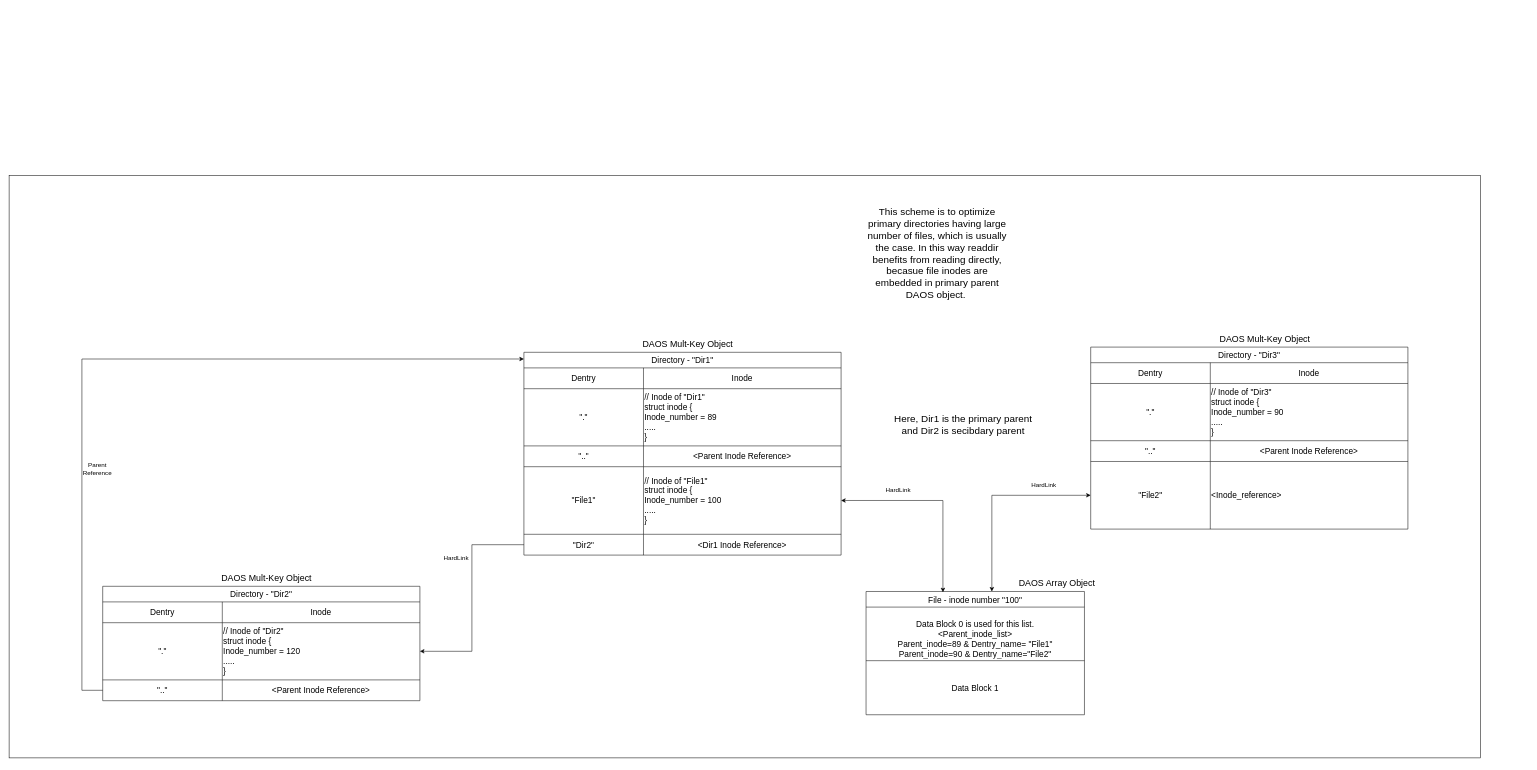
This is docs/hld/daos-chel-fs-layout-scheme.drawio from chel-data/chel-fs, a draw.io file, before an edit. Source tidied: cells renumbered, new cells numbered last; positions are measured from the earlier drawing's top-left corner, leaving out a move shared by most shapes. Both pictures are drawn from the tidied source at 52%, with x=0, y=0 at pixel (9, 175).
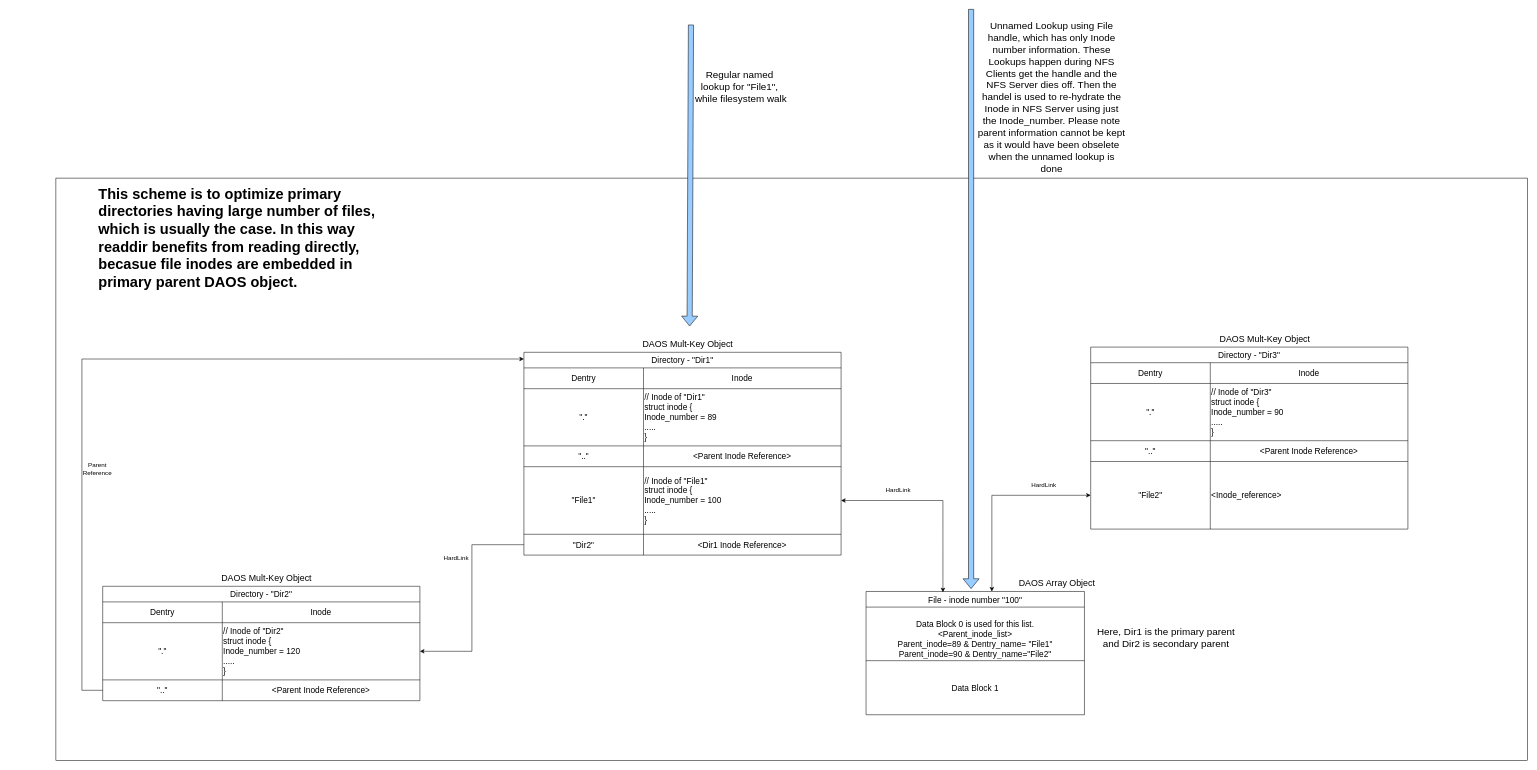
Above is the later version.

Commit message (it also covers changes not shown here):
Added DAOS and Chel-FS entity relationship

Diff of the diagram source:
```diff
@@
     <mxCell id="2" style="rounded=0;whiteSpace=wrap;html=1;fillColor=none;" parent="1" vertex="1">
-      <mxGeometry width="2830" height="1120" as="geometry" />
+      <mxGeometry x="90" y="5" width="2830" height="1120" as="geometry" />
     </mxCell>
@@
-    <mxCell id="59" value="&lt;font style=&quot;font-size: 19px;&quot;&gt;Here, Dir1 is the primary parent and Dir2 is secibdary parent&lt;/font&gt;" style="text;html=1;align=center;verticalAlign=middle;whiteSpace=wrap;rounded=0;" parent="1" vertex="1">
-      <mxGeometry x="1690" y="440" width="290" height="80" as="geometry" />
+    <mxCell id="59" value="&lt;font style=&quot;font-size: 19px;&quot;&gt;Here, Dir1 is the primary parent and Dir2 is secondary parent&lt;/font&gt;" style="text;html=1;align=center;verticalAlign=middle;whiteSpace=wrap;rounded=0;" parent="1" vertex="1">
+      <mxGeometry x="2080" y="850" width="290" height="80" as="geometry" />
     </mxCell>
-    <mxCell id="60" value="&lt;font style=&quot;font-size: 19px;&quot;&gt;This scheme is to optimize primary directories having large number of files, which is usually the case. In this way readdir benefits from reading directly, becasue file inodes are embedded in primary parent DAOS object.&amp;nbsp;&lt;/font&gt;" style="text;html=1;align=center;verticalAlign=middle;whiteSpace=wrap;rounded=0;" parent="1" vertex="1">
-      <mxGeometry x="1640" y="110" width="290" height="80" as="geometry" />
+    <mxCell id="60" value="&lt;font size=&quot;1&quot; style=&quot;&quot;&gt;&lt;b style=&quot;font-size: 28px;&quot;&gt;This scheme is to optimize primary directories having large number of files, which is usually the case. In this way readdir benefits from reading directly, becasue file inodes are embedded in primary parent DAOS object.&amp;nbsp;&lt;/b&gt;&lt;/font&gt;" style="text;html=1;align=left;verticalAlign=middle;whiteSpace=wrap;rounded=0;" parent="1" vertex="1">
+      <mxGeometry x="170" y="80" width="570" height="80" as="geometry" />
     </mxCell>
+    <mxCell id="61" style="shape=flexArrow;endArrow=classic;html=1;rounded=0;fillColor=#99CCFF;" parent="1" edge="1">
+      <mxGeometry relative="1" as="geometry">
+        <mxPoint x="1311.3" y="-290" as="sourcePoint" />
+        <mxPoint x="1308.7" y="290" as="targetPoint" />
+      </mxGeometry>
+    </mxCell>
+    <mxCell id="62" value="&lt;font style=&quot;font-size: 19px;&quot;&gt;Regular named &lt;br&gt;lookup for &quot;File1&quot;,&lt;br&gt;&amp;nbsp;while filesystem walk&lt;/font&gt;" style="text;html=1;align=center;verticalAlign=middle;whiteSpace=wrap;rounded=0;" parent="1" vertex="1">
+      <mxGeometry x="1260" y="-210" width="290" height="80" as="geometry" />
+    </mxCell>
+    <mxCell id="63" style="shape=flexArrow;endArrow=classic;html=1;rounded=0;fillColor=#99CCFF;" parent="1" edge="1">
+      <mxGeometry relative="1" as="geometry">
+        <mxPoint x="1850" y="-320" as="sourcePoint" />
+        <mxPoint x="1850" y="795" as="targetPoint" />
+      </mxGeometry>
+    </mxCell>
+    <mxCell id="64" value="&lt;span style=&quot;font-size: 19px;&quot;&gt;Unnamed Lookup using File handle, which has only Inode number information. These Lookups happen during NFS Clients get the handle and the NFS Server dies off. Then the handel is used to re-hydrate the Inode in NFS Server using just the Inode_number. Please note parent information cannot be kept as it would have been obselete when the unnamed lookup is done&lt;/span&gt;" style="text;html=1;align=center;verticalAlign=middle;whiteSpace=wrap;rounded=0;" parent="1" vertex="1">
+      <mxGeometry x="1860" y="-190" width="290" height="80" as="geometry" />
+    </mxCell>
```
